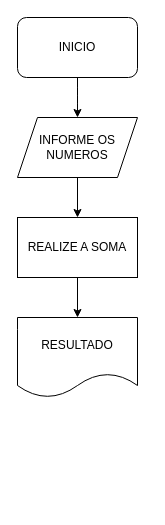
Above: src/aula02/Untitled Diagram.drawio in kathyannepaulino/mdc118 (draw.io), before the change. Source tidied: cells renumbered, new cells numbered last; positions are measured from the earlier drawing's top-left corner, leaving out a move shared by most shapes. Both pictures are drawn from the tidied source at 100%, with x=0, y=0 at pixel (17, 17).
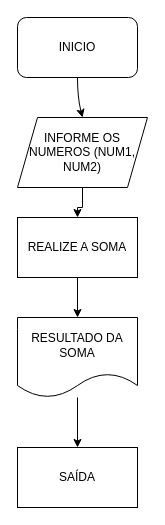
Above is the later version.

The edit, as a diff of the source:
```diff
@@
 <mxGraphModel>
   <root>
     <mxCell id="0" />
     <mxCell id="1" parent="0" />
     <mxCell id="2" value="INICIO" style="rounded=1;whiteSpace=wrap;html=1;" parent="1" vertex="1">
       <mxGeometry width="120" height="60" as="geometry" />
     </mxCell>
     <mxCell id="3" style="edgeStyle=orthogonalEdgeStyle;rounded=0;jettySize=auto;html=1;" parent="1" edge="1" source="4" target="6">
       <mxGeometry relative="1" as="geometry" />
     </mxCell>
-    <mxCell id="4" value="INFORME OS NUMEROS" style="shape=parallelogram;perimeter=parallelogramPerimeter;whiteSpace=wrap;html=1;fixedSize=1;" parent="1" vertex="1">
-      <mxGeometry y="100" width="120" height="60" as="geometry" />
+    <mxCell id="4" value="INFORME OS NUMEROS (NUM1, NUM2)" style="shape=parallelogram;perimeter=parallelogramPerimeter;whiteSpace=wrap;html=1;fixedSize=1;" parent="1" vertex="1">
+      <mxGeometry y="100" width="130" height="70" as="geometry" />
     </mxCell>
     <mxCell id="5" style="edgeStyle=orthogonalEdgeStyle;rounded=0;jettySize=auto;html=1;" parent="1" edge="1" source="6" target="7">
       <mxGeometry relative="1" as="geometry" />
     </mxCell>
     <mxCell id="6" value="REALIZE A SOMA" style="rounded=0;whiteSpace=wrap;html=1;" parent="1" vertex="1">
       <mxGeometry y="200" width="120" height="60" as="geometry" />
     </mxCell>
+    <mxCell id="9" style="edgeStyle=orthogonalEdgeStyle;rounded=0;jettySize=auto;html=1;" parent="1" edge="1" source="7" target="10">
+      <mxGeometry relative="1" as="geometry" />
+    </mxCell>
-    <mxCell id="7" value="RESULTADO" style="shape=document;whiteSpace=wrap;html=1;boundedLbl=1;" parent="1" vertex="1">
+    <mxCell id="7" value="RESULTADO DA SOMA" style="shape=document;whiteSpace=wrap;html=1;boundedLbl=1;" parent="1" vertex="1">
       <mxGeometry y="300" width="120" height="80" as="geometry" />
     </mxCell>
     <mxCell id="8" style="curved=1;endArrow=classic;html=1;rounded=0;exitX=0.5;exitY=1;exitDx=0;exitDy=0;entryX=0.5;entryY=0;entryDx=0;entryDy=0;" parent="1" edge="1" source="2" target="4">
       <mxGeometry relative="1" as="geometry">
         <Array as="points">
           <mxPoint x="60" y="80" />
         </Array>
       </mxGeometry>
     </mxCell>
+    <mxCell id="10" value="SAÍDA" style="rounded=0;whiteSpace=wrap;html=1;" parent="1" vertex="1">
+      <mxGeometry y="430" width="120" height="60" as="geometry" />
+    </mxCell>
   </root>
 </mxGraphModel>
```
